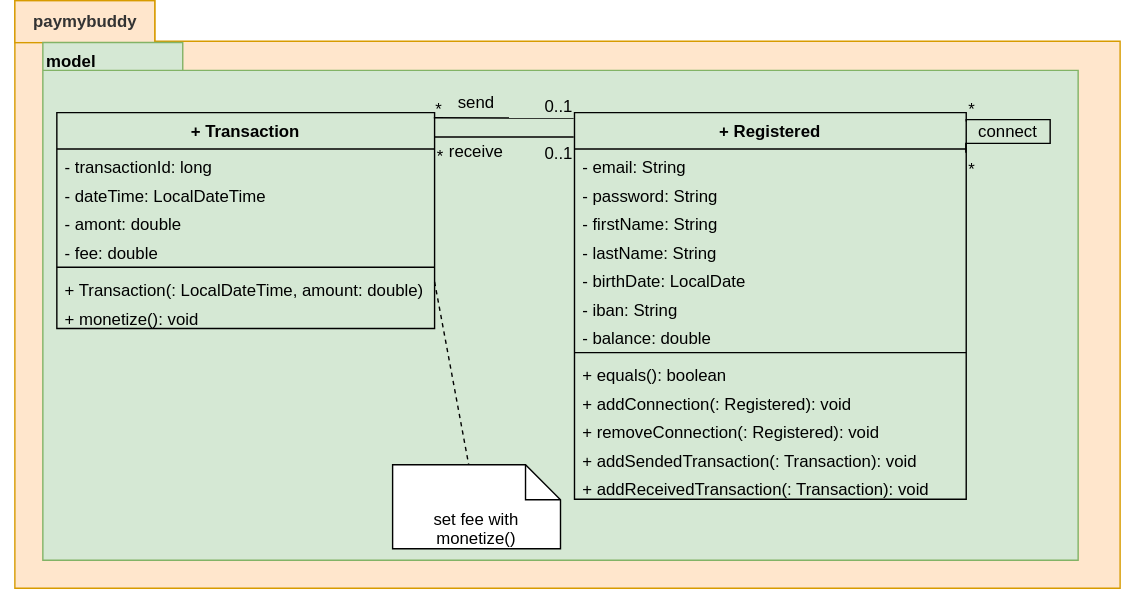
The draw.io diagram UML/payMyBuddyUML-ModelClasses.svg in emmo78/com.paymybuddy.paymybuddy, before a commit. Source tidied: cells renumbered, new cells last; positions are measured from the earlier drawing's top-left corner, leaving out a move shared by most shapes.
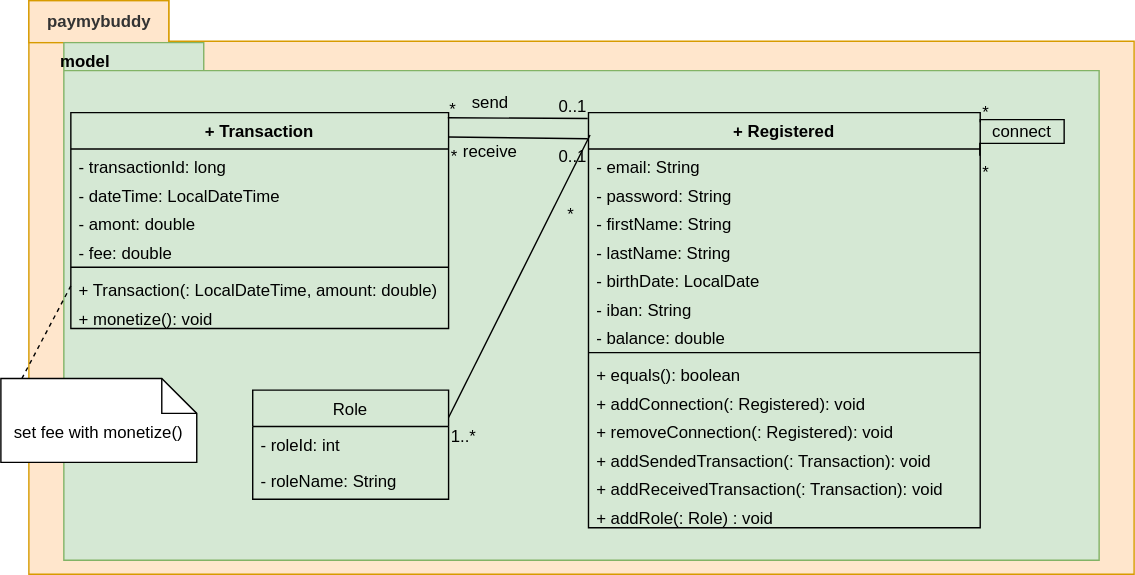
After the commit.

What changed in the source:
```diff
@@ -3,19 +3,19 @@
     <mxCell id="0" />
     <mxCell id="1" parent="0" />
     <mxCell id="2" style="shape=folder;fontStyle=1;spacingTop=10;tabWidth=100;tabHeight=29;tabPosition=left;html=1;fillColor=#ffe6cc;strokeColor=#d79b00;rotation=0;" parent="1" vertex="1">
-      <mxGeometry x="10" width="790" height="420" as="geometry" />
+      <mxGeometry x="10" width="790" height="410" as="geometry" />
     </mxCell>
     <mxCell id="3" value="&lt;b style=&quot;color: rgb(51, 51, 51);&quot;&gt;paymybuddy&lt;br&gt;&lt;/b&gt;" style="text;html=1;align=center;verticalAlign=middle;strokeColor=#d79b00;fillColor=#ffe6cc;gradientColor=none;glass=0;" parent="1" vertex="1">
       <mxGeometry x="10" width="100" height="30" as="geometry" />
     </mxCell>
     <mxCell id="4" style="shape=folder;fontStyle=1;spacingTop=10;tabWidth=100;tabHeight=20;tabPosition=left;html=1;fillColor=#d5e8d4;strokeColor=#82b366;" parent="1" vertex="1">
-      <mxGeometry x="30" y="29.8" width="740" height="370.2" as="geometry" />
+      <mxGeometry x="35" y="30" width="740" height="370" as="geometry" />
     </mxCell>
     <mxCell id="5" value="&lt;span style=&quot;font-size: 12px;&quot;&gt;model&lt;/span&gt;" style="text;strokeColor=none;fillColor=none;html=1;fontSize=24;fontStyle=1;verticalAlign=middle;align=center;" parent="1" vertex="1">
       <mxGeometry y="20" width="100" height="40" as="geometry" />
     </mxCell>
     <mxCell id="6" value="+ Registered" style="swimlane;fontStyle=1;align=center;verticalAlign=top;horizontal=1;startSize=26;fillColor=#d5e8d4;strokeColor=#000000;" parent="1" vertex="1">
-      <mxGeometry x="410" y="80" width="280" height="276.4" as="geometry" />
+      <mxGeometry x="410" y="80" width="280" height="296.7" as="geometry" />
     </mxCell>
     <mxCell id="7" value="- email: String" style="text;strokeColor=none;fillColor=none;align=left;verticalAlign=top;spacingLeft=4;spacingRight=4;overflow=hidden;" parent="6" vertex="1">
       <mxGeometry y="26" width="280" height="20.3" as="geometry" />
@@ -56,6 +56,9 @@
     <mxCell id="19" value="+ addReceivedTransaction(: Transaction): void" style="text;strokeColor=none;fillColor=none;align=left;verticalAlign=top;spacingLeft=4;spacingRight=4;overflow=hidden;" parent="6" vertex="1">
       <mxGeometry y="256" width="280" height="20.3" as="geometry" />
     </mxCell>
+    <mxCell id="42" value="+ addRole(: Role) : void" style="text;strokeColor=none;fillColor=none;align=left;verticalAlign=top;spacingLeft=4;spacingRight=4;overflow=hidden;" parent="6" vertex="1">
+      <mxGeometry y="276.4" width="280" height="20.3" as="geometry" />
+    </mxCell>
     <mxCell id="20" value="+ Transaction" style="swimlane;fontStyle=1;align=center;verticalAlign=top;horizontal=1;startSize=26;fillColor=#d5e8d4;strokeColor=#000000;" parent="1" vertex="1">
       <mxGeometry x="40" y="80" width="270" height="154.3" as="geometry" />
     </mxCell>
@@ -132,10 +135,30 @@
       <mxGeometry x="310" y="100" width="60" height="15" as="geometry" />
     </mxCell>
     <mxCell id="40" value="set fee with monetize()" style="shape=note2;boundedLbl=1;whiteSpace=wrap;html=1;size=25;verticalAlign=top;align=center;" parent="1" vertex="1">
-      <mxGeometry x="280" y="331.7" width="120" height="60" as="geometry" />
+      <mxGeometry x="-10" y="270" width="140" height="60" as="geometry" />
     </mxCell>
-    <mxCell id="41" style="endArrow=none;dashed=1;html=1;rounded=0;exitX=1;exitY=0.362;exitDx=0;exitDy=0;exitPerimeter=0;" parent="1" edge="1" source="26" target="40">
+    <mxCell id="41" style="endArrow=none;dashed=1;html=1;rounded=0;exitX=0;exitY=0.5;exitDx=0;exitDy=0;entryX=0.1;entryY=0.033;entryDx=0;entryDy=0;entryPerimeter=0;" parent="1" edge="1" source="26" target="40">
       <mxGeometry relative="1" as="geometry" />
     </mxCell>
+    <mxCell id="43" value="Role" style="swimlane;fontStyle=0;horizontal=1;startSize=26;fillColor=none;" parent="1" vertex="1">
+      <mxGeometry x="170" y="278.4" width="140" height="78" as="geometry" />
+    </mxCell>
+    <mxCell id="44" value="- roleId: int" style="text;strokeColor=none;fillColor=none;align=left;verticalAlign=top;spacingLeft=4;spacingRight=4;overflow=hidden;" parent="43" vertex="1">
+      <mxGeometry y="26" width="140" height="26" as="geometry" />
+    </mxCell>
+    <mxCell id="45" value="- roleName: String" style="text;strokeColor=none;fillColor=none;align=left;verticalAlign=top;spacingLeft=4;spacingRight=4;overflow=hidden;" parent="43" vertex="1">
+      <mxGeometry y="52" width="140" height="26" as="geometry" />
+    </mxCell>
+    <mxCell id="46" style="endArrow=none;html=1;rounded=0;align=center;verticalAlign=top;endFill=0;labelBackgroundColor=none;exitX=1;exitY=0.25;exitDx=0;exitDy=0;entryX=0.004;entryY=0.054;entryDx=0;entryDy=0;entryPerimeter=0;" parent="1" edge="1" source="43" target="6">
+      <mxGeometry relative="1" as="geometry" />
+    </mxCell>
+    <mxCell id="47" value="1..*" style="html=1;align=left;verticalAlign=top;labelBackgroundColor=none;" parent="46" vertex="1">
+      <mxGeometry x="-1" relative="1" as="geometry" />
+    </mxCell>
+    <mxCell id="48" value="&lt;span style=&quot;text-align: left&quot;&gt;*&lt;/span&gt;" style="html=1;align=right;verticalAlign=bottom;labelBackgroundColor=none;" parent="46" vertex="1">
+      <mxGeometry x="1" relative="1" as="geometry">
+        <mxPoint x="-11" y="65" as="offset" />
+      </mxGeometry>
+    </mxCell>
   </root>
 </mxGraphModel>
```
